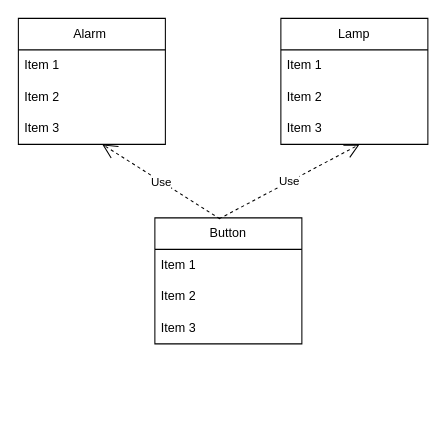
Above: download/java-designpattern/21.Command Pattern/commend-state.drawio in haji8-thehaji/lecture-java (draw.io), before the change. Source tidied: cells renumbered, new cells numbered last; positions are measured from the earlier drawing's top-left corner, leaving out a move shared by most shapes. Both pictures are drawn from the tidied source at 105%, with x=0, y=0 at pixel (18, 18).
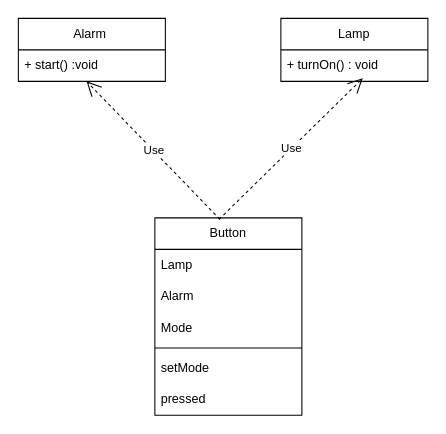
After the change.

What changed in the source:
```diff
@@
 <mxGraphModel>
   <root>
     <mxCell id="0" />
     <mxCell id="1" parent="0" />
     <mxCell id="2" value="Alarm&amp;nbsp;" style="swimlane;fontStyle=0;horizontal=1;startSize=30;whiteSpace=wrap;html=1;" parent="1" vertex="1">
-      <mxGeometry width="140" height="120" as="geometry" />
+      <mxGeometry width="140" height="60" as="geometry" />
     </mxCell>
-    <mxCell id="3" value="Item 1" style="text;strokeColor=none;fillColor=none;align=left;verticalAlign=middle;spacingLeft=4;spacingRight=4;overflow=hidden;points=[[0,0.5],[1,0.5]];portConstraint=eastwest;whiteSpace=wrap;html=1;" parent="2" vertex="1">
+    <mxCell id="3" value="+ start()&lt;span style=&quot;background-color: initial;&quot;&gt;&amp;nbsp;:void&lt;/span&gt;" style="text;strokeColor=none;fillColor=none;align=left;verticalAlign=middle;spacingLeft=4;spacingRight=4;overflow=hidden;points=[[0,0.5],[1,0.5]];portConstraint=eastwest;whiteSpace=wrap;html=1;" parent="2" vertex="1">
       <mxGeometry y="30" width="140" height="30" as="geometry" />
     </mxCell>
-    <mxCell id="4" value="Item 2" style="text;strokeColor=none;fillColor=none;align=left;verticalAlign=middle;spacingLeft=4;spacingRight=4;overflow=hidden;whiteSpace=wrap;html=1;" parent="2" vertex="1">
-      <mxGeometry y="60" width="140" height="30" as="geometry" />
-    </mxCell>
-    <mxCell id="5" value="Item 3" style="text;strokeColor=none;fillColor=none;align=left;verticalAlign=middle;spacingLeft=4;spacingRight=4;overflow=hidden;points=[[0,0.5],[1,0.5]];portConstraint=eastwest;whiteSpace=wrap;html=1;" parent="2" vertex="1">
-      <mxGeometry y="90" width="140" height="30" as="geometry" />
-    </mxCell>
     <mxCell id="6" value="Lamp" style="swimlane;fontStyle=0;horizontal=1;startSize=30;whiteSpace=wrap;html=1;" parent="1" vertex="1">
-      <mxGeometry x="250" width="140" height="120" as="geometry" />
+      <mxGeometry x="250" width="140" height="60" as="geometry" />
     </mxCell>
-    <mxCell id="7" value="Item 1" style="text;strokeColor=none;fillColor=none;align=left;verticalAlign=middle;spacingLeft=4;spacingRight=4;overflow=hidden;points=[[0,0.5],[1,0.5]];portConstraint=eastwest;whiteSpace=wrap;html=1;" parent="6" vertex="1">
+    <mxCell id="7" value="+ turnOn() : void" style="text;strokeColor=none;fillColor=none;align=left;verticalAlign=middle;spacingLeft=4;spacingRight=4;overflow=hidden;points=[[0,0.5],[1,0.5]];portConstraint=eastwest;whiteSpace=wrap;html=1;" parent="6" vertex="1">
       <mxGeometry y="30" width="140" height="30" as="geometry" />
     </mxCell>
-    <mxCell id="8" value="Item 2" style="text;strokeColor=none;fillColor=none;align=left;verticalAlign=middle;spacingLeft=4;spacingRight=4;overflow=hidden;whiteSpace=wrap;html=1;" parent="6" vertex="1">
-      <mxGeometry y="60" width="140" height="30" as="geometry" />
-    </mxCell>
-    <mxCell id="9" value="Item 3" style="text;strokeColor=none;fillColor=none;align=left;verticalAlign=middle;spacingLeft=4;spacingRight=4;overflow=hidden;points=[[0,0.5],[1,0.5]];portConstraint=eastwest;whiteSpace=wrap;html=1;" parent="6" vertex="1">
-      <mxGeometry y="90" width="140" height="30" as="geometry" />
-    </mxCell>
     <mxCell id="10" value="Button" style="swimlane;fontStyle=0;horizontal=1;startSize=30;whiteSpace=wrap;html=1;" parent="1" vertex="1">
-      <mxGeometry x="130" y="190" width="140" height="120" as="geometry" />
+      <mxGeometry x="130" y="190" width="140" height="188" as="geometry" />
     </mxCell>
-    <mxCell id="11" value="Item 1" style="text;strokeColor=none;fillColor=none;align=left;verticalAlign=middle;spacingLeft=4;spacingRight=4;overflow=hidden;whiteSpace=wrap;html=1;" parent="10" vertex="1">
+    <mxCell id="11" value="Lamp&amp;nbsp;" style="text;strokeColor=none;fillColor=none;align=left;verticalAlign=middle;spacingLeft=4;spacingRight=4;overflow=hidden;whiteSpace=wrap;html=1;" parent="10" vertex="1">
       <mxGeometry y="30" width="140" height="30" as="geometry" />
     </mxCell>
+    <mxCell id="16" value="Alarm&amp;nbsp;" style="text;strokeColor=none;fillColor=none;align=left;verticalAlign=middle;spacingLeft=4;spacingRight=4;overflow=hidden;whiteSpace=wrap;html=1;" parent="10" vertex="1">
+      <mxGeometry y="60" width="140" height="30" as="geometry" />
+    </mxCell>
+    <mxCell id="17" value="Mode&amp;nbsp;" style="text;strokeColor=none;fillColor=none;align=left;verticalAlign=middle;spacingLeft=4;spacingRight=4;overflow=hidden;whiteSpace=wrap;html=1;" parent="10" vertex="1">
+      <mxGeometry y="90" width="140" height="30" as="geometry" />
+    </mxCell>
+    <mxCell id="18" style="line;strokeWidth=1;fillColor=none;align=left;verticalAlign=middle;spacingTop=-1;spacingLeft=3;spacingRight=3;labelPosition=right;strokeColor=inherit;" parent="10" vertex="1">
+      <mxGeometry y="120" width="140" height="8" as="geometry" />
+    </mxCell>
+    <mxCell id="19" value="setMode" style="text;strokeColor=none;fillColor=none;align=left;verticalAlign=middle;spacingLeft=4;spacingRight=4;overflow=hidden;whiteSpace=wrap;html=1;" parent="10" vertex="1">
+      <mxGeometry y="128" width="140" height="30" as="geometry" />
+    </mxCell>
-    <mxCell id="12" value="Item 2" style="text;strokeColor=none;fillColor=none;align=left;verticalAlign=middle;spacingLeft=4;spacingRight=4;overflow=hidden;whiteSpace=wrap;html=1;" parent="10" vertex="1">
-      <mxGeometry y="60" width="140" height="30" as="geometry" />
+    <mxCell id="12" value="pressed" style="text;strokeColor=none;fillColor=none;align=left;verticalAlign=middle;spacingLeft=4;spacingRight=4;overflow=hidden;whiteSpace=wrap;html=1;" parent="10" vertex="1">
+      <mxGeometry y="158" width="140" height="30" as="geometry" />
     </mxCell>
-    <mxCell id="13" value="Item 3" style="text;strokeColor=none;fillColor=none;align=left;verticalAlign=middle;spacingLeft=4;spacingRight=4;overflow=hidden;whiteSpace=wrap;html=1;" parent="10" vertex="1">
-      <mxGeometry y="90" width="140" height="30" as="geometry" />
-    </mxCell>
-    <mxCell id="14" value="Use" style="endArrow=open;endSize=12;dashed=1;html=1;rounded=0;entryX=0.571;entryY=1;entryDx=0;entryDy=0;entryPerimeter=0;exitX=0.443;exitY=0.008;exitDx=0;exitDy=0;exitPerimeter=0;" parent="1" edge="1" source="10" target="5">
+    <mxCell id="14" value="Use" style="endArrow=open;endSize=12;dashed=1;html=1;rounded=0;entryX=0.464;entryY=1;entryDx=0;entryDy=0;entryPerimeter=0;exitX=0.443;exitY=0.008;exitDx=0;exitDy=0;exitPerimeter=0;" parent="1" edge="1" source="10" target="3">
       <mxGeometry relative="1" as="geometry" />
     </mxCell>
-    <mxCell id="15" value="Use" style="endArrow=open;endSize=12;dashed=1;html=1;rounded=0;entryX=0.536;entryY=1;entryDx=0;entryDy=0;entryPerimeter=0;exitX=0.436;exitY=0.008;exitDx=0;exitDy=0;exitPerimeter=0;" parent="1" edge="1" source="10" target="9">
+    <mxCell id="15" value="Use" style="endArrow=open;endSize=12;dashed=1;html=1;rounded=0;entryX=0.557;entryY=0.9;entryDx=0;entryDy=0;entryPerimeter=0;exitX=0.436;exitY=0.008;exitDx=0;exitDy=0;exitPerimeter=0;" parent="1" edge="1" source="10" target="7">
       <mxGeometry relative="1" as="geometry" />
     </mxCell>
   </root>
 </mxGraphModel>
```
